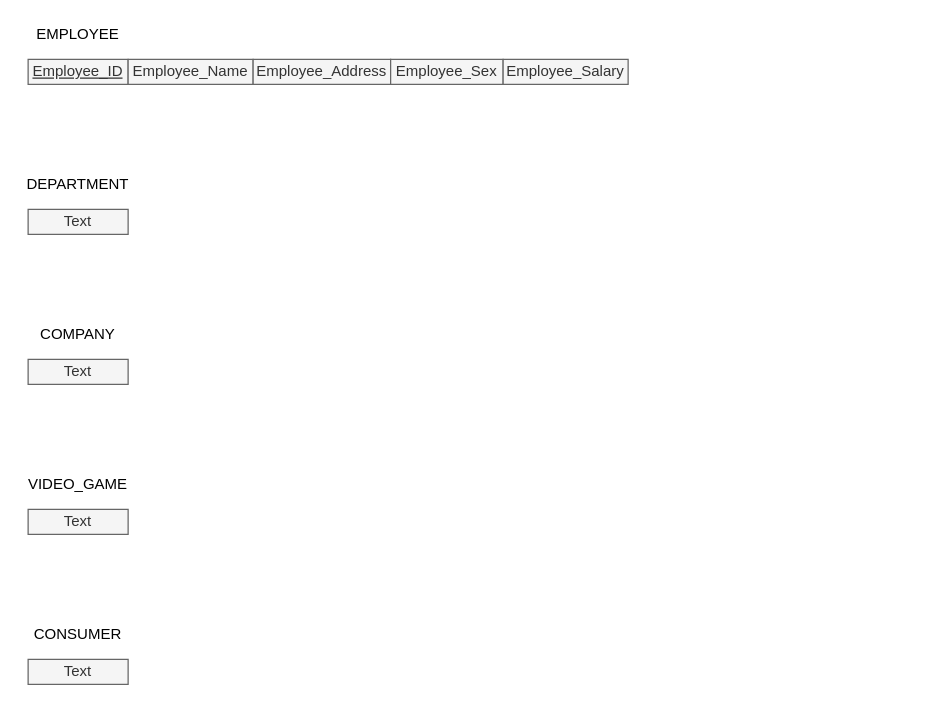
Earlier version of the draw.io diagram page "DB_Schema" (2 of 2) of Computer_Science_CS/4700_Database_Management/Database Management Project Enitity Relationship Diagram.drawio (CameronWFox/College_Courses). Source tidied: cells renumbered, new cells numbered last; positions are measured from the earlier drawing's top-left corner, leaving out a move shared by most shapes. Both pictures are drawn from the tidied source at 125%, with x=0, y=0 at pixel (21, 21).
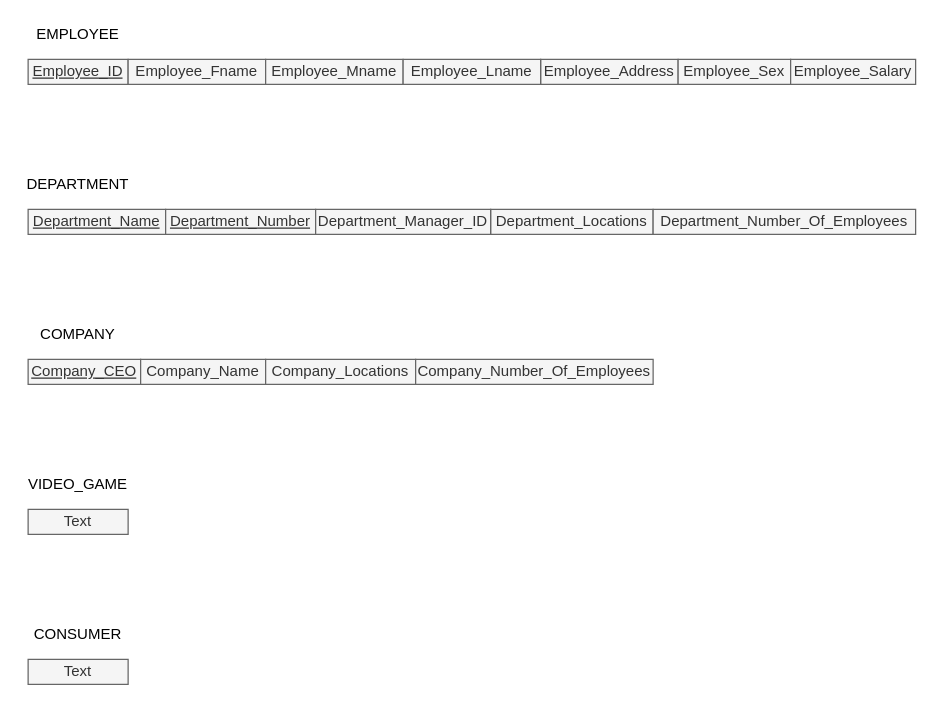
The same page after the edit.

Diff of the diagram source:
```diff
@@
-    <mxCell id="8" value="Text" style="text;html=1;align=center;verticalAlign=middle;whiteSpace=wrap;rounded=0;fillColor=#f5f5f5;strokeColor=#666666;fontColor=#333333;" parent="1" vertex="1">
-      <mxGeometry x="5" y="150" width="80" height="20" as="geometry" />
+    <mxCell id="8" value="Department_Name" style="text;html=1;align=center;verticalAlign=middle;whiteSpace=wrap;rounded=0;fillColor=#f5f5f5;strokeColor=#666666;fontColor=#333333;fontStyle=4;" parent="1" vertex="1">
+      <mxGeometry x="5" y="150" width="110" height="20" as="geometry" />
     </mxCell>
-    <mxCell id="9" value="Text" style="text;html=1;align=center;verticalAlign=middle;whiteSpace=wrap;rounded=0;fillColor=#f5f5f5;strokeColor=#666666;fontColor=#333333;" parent="1" vertex="1">
-      <mxGeometry x="5" y="270" width="80" height="20" as="geometry" />
+    <mxCell id="9" value="Company_CEO" style="text;html=1;align=center;verticalAlign=middle;whiteSpace=wrap;rounded=0;fillColor=#f5f5f5;strokeColor=#666666;fontColor=#333333;fontStyle=4;" parent="1" vertex="1">
+      <mxGeometry x="5" y="270" width="90" height="20" as="geometry" />
     </mxCell>
@@
-    <mxCell id="12" value="Employee_Name" style="text;html=1;align=center;verticalAlign=middle;whiteSpace=wrap;rounded=0;fillColor=#f5f5f5;strokeColor=#666666;fontColor=#333333;" parent="1" vertex="1">
-      <mxGeometry x="85" y="30" width="100" height="20" as="geometry" />
+    <mxCell id="12" value="Employee_Fname" style="text;html=1;align=center;verticalAlign=middle;whiteSpace=wrap;rounded=0;fillColor=#f5f5f5;strokeColor=#666666;fontColor=#333333;" parent="1" vertex="1">
+      <mxGeometry x="85" y="30" width="110" height="20" as="geometry" />
     </mxCell>
     <mxCell id="13" value="Employee_Address" style="text;html=1;align=center;verticalAlign=middle;whiteSpace=wrap;rounded=0;fillColor=#f5f5f5;strokeColor=#666666;fontColor=#333333;" parent="1" vertex="1">
-      <mxGeometry x="185" y="30" width="110" height="20" as="geometry" />
+      <mxGeometry x="415" y="30" width="110" height="20" as="geometry" />
     </mxCell>
     <mxCell id="14" value="Employee_Sex" style="text;html=1;align=center;verticalAlign=middle;whiteSpace=wrap;rounded=0;fillColor=#f5f5f5;strokeColor=#666666;fontColor=#333333;" parent="1" vertex="1">
-      <mxGeometry x="295" y="30" width="90" height="20" as="geometry" />
+      <mxGeometry x="525" y="30" width="90" height="20" as="geometry" />
     </mxCell>
     <mxCell id="15" value="Employee_Salary" style="text;html=1;align=center;verticalAlign=middle;whiteSpace=wrap;rounded=0;fillColor=#f5f5f5;strokeColor=#666666;fontColor=#333333;" parent="1" vertex="1">
-      <mxGeometry x="385" y="30" width="100" height="20" as="geometry" />
+      <mxGeometry x="615" y="30" width="100" height="20" as="geometry" />
     </mxCell>
+    <mxCell id="16" value="Department_Number" style="text;html=1;align=center;verticalAlign=middle;whiteSpace=wrap;rounded=0;fillColor=#f5f5f5;strokeColor=#666666;fontColor=#333333;fontStyle=4;" parent="1" vertex="1">
+      <mxGeometry x="115" y="150" width="120" height="20" as="geometry" />
+    </mxCell>
+    <mxCell id="17" value="Department_Locations" style="text;html=1;align=center;verticalAlign=middle;whiteSpace=wrap;rounded=0;fillColor=#f5f5f5;strokeColor=#666666;fontColor=#333333;" parent="1" vertex="1">
+      <mxGeometry x="375" y="150" width="130" height="20" as="geometry" />
+    </mxCell>
+    <mxCell id="18" value="Department_Number_Of_Employees" style="text;html=1;align=center;verticalAlign=middle;whiteSpace=wrap;rounded=0;fillColor=#f5f5f5;strokeColor=#666666;fontColor=#333333;" parent="1" vertex="1">
+      <mxGeometry x="505" y="150" width="210" height="20" as="geometry" />
+    </mxCell>
+    <mxCell id="19" value="Company_Name" style="text;html=1;align=center;verticalAlign=middle;whiteSpace=wrap;rounded=0;fillColor=#f5f5f5;strokeColor=#666666;fontColor=#333333;" parent="1" vertex="1">
+      <mxGeometry x="95" y="270" width="100" height="20" as="geometry" />
+    </mxCell>
+    <mxCell id="20" value="Company_Locations" style="text;html=1;align=center;verticalAlign=middle;whiteSpace=wrap;rounded=0;fillColor=#f5f5f5;strokeColor=#666666;fontColor=#333333;" parent="1" vertex="1">
+      <mxGeometry x="195" y="270" width="120" height="20" as="geometry" />
+    </mxCell>
+    <mxCell id="21" value="Company_Number_Of_Employees" style="text;html=1;align=center;verticalAlign=middle;whiteSpace=wrap;rounded=0;fillColor=#f5f5f5;strokeColor=#666666;fontColor=#333333;" parent="1" vertex="1">
+      <mxGeometry x="315" y="270" width="190" height="20" as="geometry" />
+    </mxCell>
+    <mxCell id="22" value="Department_Manager_ID" style="text;html=1;align=center;verticalAlign=middle;whiteSpace=wrap;rounded=0;fillColor=#f5f5f5;strokeColor=#666666;fontColor=#333333;" parent="1" vertex="1">
+      <mxGeometry x="235" y="150" width="140" height="20" as="geometry" />
+    </mxCell>
+    <mxCell id="23" value="Employee_Mname" style="text;html=1;align=center;verticalAlign=middle;whiteSpace=wrap;rounded=0;fillColor=#f5f5f5;strokeColor=#666666;fontColor=#333333;" parent="1" vertex="1">
+      <mxGeometry x="195" y="30" width="110" height="20" as="geometry" />
+    </mxCell>
+    <mxCell id="24" value="Employee_Lname" style="text;html=1;align=center;verticalAlign=middle;whiteSpace=wrap;rounded=0;fillColor=#f5f5f5;strokeColor=#666666;fontColor=#333333;" parent="1" vertex="1">
+      <mxGeometry x="305" y="30" width="110" height="20" as="geometry" />
+    </mxCell>
```
